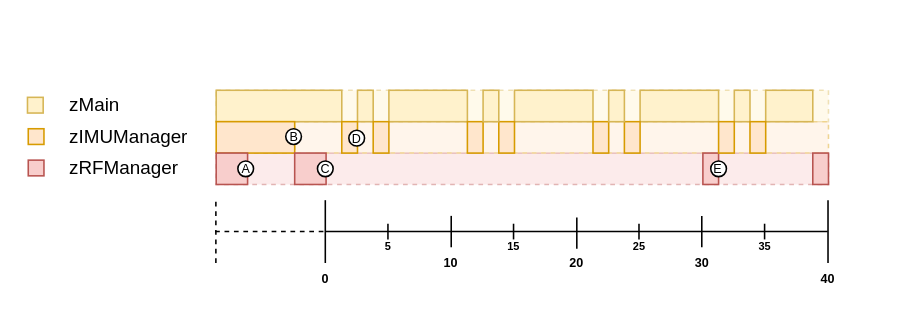
esrg-silent-howl/zephyrus keeps this draw.io diagram as 5. Verification/3. Verification/1. Software Specification/task_timeline-remote.drawio. Above is the earlier version. Source tidied: cells renumbered, new cells numbered last; positions are measured from the earlier drawing's top-left corner, leaving out a move shared by most shapes. Both pictures are drawn from the tidied source at 157%, with x=0, y=0 at pixel (27, 89).
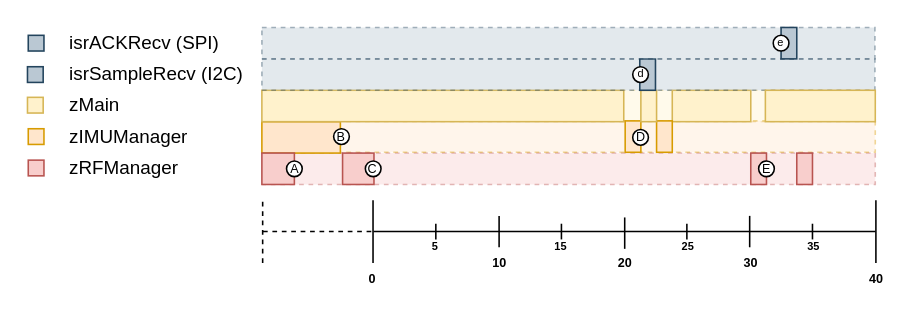
Above is the later version.

Commit message (it also covers changes not shown here):
UPDT: Remote task timeline to include only 1 sampling instance and interrupts

Diff of the diagram source:
```diff
@@
     <mxCell id="2" style="rounded=0;whiteSpace=wrap;html=1;strokeColor=#d6b656;fillColor=#fff2cc;dashed=1;opacity=40;" parent="1" vertex="1">
-      <mxGeometry x="120.2" width="390" height="20" as="geometry" />
+      <mxGeometry x="150" width="390" height="20" as="geometry" />
     </mxCell>
     <mxCell id="3" style="rounded=0;whiteSpace=wrap;html=1;strokeColor=#b85450;fillColor=#f8cecc;dashed=1;opacity=40;" parent="1" vertex="1">
-      <mxGeometry x="120.2" y="40" width="390" height="20" as="geometry" />
+      <mxGeometry x="150" y="40" width="390" height="20" as="geometry" />
     </mxCell>
     <mxCell id="4" style="endArrow=none;html=1;" parent="1" edge="1">
       <mxGeometry relative="1" as="geometry">
-        <mxPoint x="189.9" y="90" as="sourcePoint" />
-        <mxPoint x="509.7" y="90" as="targetPoint" />
+        <mxPoint x="220.4" y="90" as="sourcePoint" />
+        <mxPoint x="540.2" y="90" as="targetPoint" />
       </mxGeometry>
     </mxCell>
     <mxCell id="5" style="endArrow=none;html=1;" parent="1" edge="1">
       <mxGeometry relative="1" as="geometry">
-        <mxPoint x="269.9" y="100" as="sourcePoint" />
-        <mxPoint x="269.9" y="80" as="targetPoint" />
+        <mxPoint x="300.4" y="100" as="sourcePoint" />
+        <mxPoint x="300.4" y="80" as="targetPoint" />
       </mxGeometry>
     </mxCell>
     <mxCell id="6" style="endArrow=none;html=1;" parent="1" edge="1">
       <mxGeometry relative="1" as="geometry">
-        <mxPoint x="349.9" y="101" as="sourcePoint" />
-        <mxPoint x="349.9" y="81" as="targetPoint" />
+        <mxPoint x="380.4" y="101" as="sourcePoint" />
+        <mxPoint x="380.4" y="81" as="targetPoint" />
       </mxGeometry>
     </mxCell>
     <mxCell id="7" style="endArrow=none;html=1;" parent="1" edge="1">
       <mxGeometry relative="1" as="geometry">
-        <mxPoint x="429.5" y="100" as="sourcePoint" />
-        <mxPoint x="429.5" y="80" as="targetPoint" />
+        <mxPoint x="460" y="100" as="sourcePoint" />
+        <mxPoint x="460" y="80" as="targetPoint" />
       </mxGeometry>
     </mxCell>
     <mxCell id="8" style="endArrow=none;html=1;" parent="1" edge="1">
       <mxGeometry relative="1" as="geometry">
-        <mxPoint x="509.9" y="110" as="sourcePoint" />
-        <mxPoint x="509.9" y="70" as="targetPoint" />
+        <mxPoint x="540.4" y="110" as="sourcePoint" />
+        <mxPoint x="540.4" y="70" as="targetPoint" />
       </mxGeometry>
     </mxCell>
     <mxCell id="9" style="endArrow=none;html=1;" parent="1" edge="1">
       <mxGeometry relative="1" as="geometry">
-        <mxPoint x="189.7" y="110" as="sourcePoint" />
-        <mxPoint x="189.7" y="70" as="targetPoint" />
+        <mxPoint x="220.1" y="110" as="sourcePoint" />
+        <mxPoint x="220.1" y="70" as="targetPoint" />
       </mxGeometry>
     </mxCell>
@@
     <mxCell id="16" style="endArrow=none;html=1;dashed=1;" parent="1" edge="1">
       <mxGeometry relative="1" as="geometry">
-        <mxPoint x="119.5" y="90" as="sourcePoint" />
-        <mxPoint x="189.5" y="90" as="targetPoint" />
+        <mxPoint x="150" y="90" as="sourcePoint" />
+        <mxPoint x="220" y="90" as="targetPoint" />
       </mxGeometry>
     </mxCell>
     <mxCell id="17" style="endArrow=none;html=1;dashed=1;" parent="1" edge="1">
       <mxGeometry relative="1" as="geometry">
-        <mxPoint x="120" y="110" as="sourcePoint" />
-        <mxPoint x="120" y="70" as="targetPoint" />
+        <mxPoint x="149.8" y="110" as="sourcePoint" />
+        <mxPoint x="149.8" y="70" as="targetPoint" />
       </mxGeometry>
     </mxCell>
     <mxCell id="18" value="10" style="text;html=1;strokeColor=none;fillColor=none;align=center;verticalAlign=middle;whiteSpace=wrap;rounded=0;fontSize=8;fontStyle=1;" parent="1" vertex="1">
-      <mxGeometry x="260.1" y="100" width="19.6" height="20" as="geometry" />
+      <mxGeometry x="290.6" y="100" width="19.6" height="20" as="geometry" />
     </mxCell>
     <mxCell id="19" value="20" style="text;html=1;strokeColor=none;fillColor=none;align=center;verticalAlign=middle;whiteSpace=wrap;rounded=0;fontSize=8;fontStyle=1;" parent="1" vertex="1">
-      <mxGeometry x="340.1" y="100" width="19.6" height="20" as="geometry" />
+      <mxGeometry x="370.6" y="100" width="19.6" height="20" as="geometry" />
     </mxCell>
     <mxCell id="20" value="0" style="text;html=1;strokeColor=none;fillColor=none;align=center;verticalAlign=middle;whiteSpace=wrap;rounded=0;fontSize=8;fontStyle=1;" parent="1" vertex="1">
-      <mxGeometry x="179.9" y="110" width="19.8" height="20" as="geometry" />
+      <mxGeometry x="210.4" y="110" width="19.8" height="20" as="geometry" />
     </mxCell>
     <mxCell id="21" value="30" style="text;html=1;strokeColor=none;fillColor=none;align=center;verticalAlign=middle;whiteSpace=wrap;rounded=0;fontSize=8;fontStyle=1;" parent="1" vertex="1">
-      <mxGeometry x="420.1" y="100" width="19.6" height="20" as="geometry" />
+      <mxGeometry x="450.6" y="100" width="19.6" height="20" as="geometry" />
     </mxCell>
     <mxCell id="22" value="40" style="text;html=1;strokeColor=none;fillColor=none;align=center;verticalAlign=middle;whiteSpace=wrap;rounded=0;fontSize=8;fontStyle=1;" parent="1" vertex="1">
-      <mxGeometry x="500.1" y="110" width="19.6" height="20" as="geometry" />
+      <mxGeometry x="530.6" y="110" width="19.6" height="20" as="geometry" />
     </mxCell>
     <mxCell id="23" style="endArrow=none;html=1;" parent="1" edge="1">
       <mxGeometry relative="1" as="geometry">
-        <mxPoint x="229.6" y="95" as="sourcePoint" />
-        <mxPoint x="229.6" y="85" as="targetPoint" />
+        <mxPoint x="260.1" y="95" as="sourcePoint" />
+        <mxPoint x="260.1" y="85" as="targetPoint" />
       </mxGeometry>
     </mxCell>
     <mxCell id="24" style="endArrow=none;html=1;" parent="1" edge="1">
       <mxGeometry relative="1" as="geometry">
-        <mxPoint x="309.6" y="95" as="sourcePoint" />
-        <mxPoint x="309.6" y="85" as="targetPoint" />
+        <mxPoint x="340.1" y="95" as="sourcePoint" />
+        <mxPoint x="340.1" y="85" as="targetPoint" />
       </mxGeometry>
     </mxCell>
     <mxCell id="25" style="endArrow=none;html=1;" parent="1" edge="1">
       <mxGeometry relative="1" as="geometry">
-        <mxPoint x="389.5" y="95" as="sourcePoint" />
-        <mxPoint x="389.5" y="85" as="targetPoint" />
+        <mxPoint x="420" y="95" as="sourcePoint" />
+        <mxPoint x="420" y="85" as="targetPoint" />
       </mxGeometry>
     </mxCell>
     <mxCell id="26" style="endArrow=none;html=1;" parent="1" edge="1">
       <mxGeometry relative="1" as="geometry">
-        <mxPoint x="469.5" y="95" as="sourcePoint" />
-        <mxPoint x="469.5" y="85" as="targetPoint" />
+        <mxPoint x="500" y="95" as="sourcePoint" />
+        <mxPoint x="500" y="85" as="targetPoint" />
       </mxGeometry>
     </mxCell>
     <mxCell id="27" value="5" style="text;html=1;strokeColor=none;fillColor=none;align=center;verticalAlign=middle;whiteSpace=wrap;rounded=0;fontSize=7;fontStyle=1;" parent="1" vertex="1">
-      <mxGeometry x="219.7" y="90" width="19.6" height="20" as="geometry" />
+      <mxGeometry x="250.2" y="90" width="19.6" height="20" as="geometry" />
     </mxCell>
     <mxCell id="28" value="15" style="text;html=1;strokeColor=none;fillColor=none;align=center;verticalAlign=middle;whiteSpace=wrap;rounded=0;fontSize=7;fontStyle=1;" parent="1" vertex="1">
-      <mxGeometry x="299.9" y="90" width="19.6" height="20" as="geometry" />
+      <mxGeometry x="330.4" y="90" width="19.6" height="20" as="geometry" />
     </mxCell>
     <mxCell id="29" value="25" style="text;html=1;strokeColor=none;fillColor=none;align=center;verticalAlign=middle;whiteSpace=wrap;rounded=0;fontSize=7;fontStyle=1;" parent="1" vertex="1">
-      <mxGeometry x="380.1" y="90" width="19.6" height="20" as="geometry" />
+      <mxGeometry x="410.6" y="90" width="19.6" height="20" as="geometry" />
     </mxCell>
     <mxCell id="30" value="35" style="text;html=1;strokeColor=none;fillColor=none;align=center;verticalAlign=middle;whiteSpace=wrap;rounded=0;fontSize=7;fontStyle=1;" parent="1" vertex="1">
-      <mxGeometry x="460.1" y="90" width="19.6" height="20" as="geometry" />
+      <mxGeometry x="490.6" y="90" width="19.6" height="20" as="geometry" />
     </mxCell>
     <mxCell id="31" style="rounded=0;whiteSpace=wrap;html=1;strokeColor=#d79b00;fillColor=#ffe6cc;dashed=1;opacity=40;" parent="1" vertex="1">
-      <mxGeometry x="170.2" y="20" width="340" height="20" as="geometry" />
+      <mxGeometry x="150" y="19.5" width="390" height="20" as="geometry" />
     </mxCell>
-    <mxCell id="32" style="rounded=0;whiteSpace=wrap;html=1;fillColor=#fff2cc;strokeColor=#d6b656;" parent="1" vertex="1">
-      <mxGeometry x="230.2" width="50" height="20" as="geometry" />
-    </mxCell>
     <mxCell id="33" style="rounded=0;whiteSpace=wrap;html=1;strokeColor=#b85450;fillColor=#f8cecc;" parent="1" vertex="1">
-      <mxGeometry x="500.2" y="40" width="10" height="20" as="geometry" />
+      <mxGeometry x="490" y="40" width="10" height="20" as="geometry" />
     </mxCell>
-    <mxCell id="34" style="rounded=0;whiteSpace=wrap;html=1;fillColor=#fff2cc;strokeColor=#d6b656;" parent="1" vertex="1">
-      <mxGeometry x="470.2" width="30" height="20" as="geometry" />
-    </mxCell>
     <mxCell id="35" style="rounded=0;whiteSpace=wrap;html=1;fillColor=#f8cecc;strokeColor=#b85450;" parent="1" vertex="1">
-      <mxGeometry x="430.2" y="40" width="10" height="20" as="geometry" />
+      <mxGeometry x="460.7" y="40" width="10" height="20" as="geometry" />
     </mxCell>
     <mxCell id="36" value="E" style="ellipse;whiteSpace=wrap;html=1;fontSize=8;spacingRight=0;" parent="1" vertex="1">
-      <mxGeometry x="435.2" y="45" width="10" height="10" as="geometry" />
+      <mxGeometry x="465.7" y="45" width="10" height="10" as="geometry" />
     </mxCell>
-    <mxCell id="37" style="rounded=0;whiteSpace=wrap;html=1;fillColor=#fff2cc;strokeColor=#d6b656;" parent="1" vertex="1">
-      <mxGeometry x="120.2" width="80" height="20" as="geometry" />
-    </mxCell>
     <mxCell id="38" style="rounded=0;whiteSpace=wrap;html=1;fillColor=#ffe6cc;strokeColor=#d79b00;" parent="1" vertex="1">
-      <mxGeometry x="120.2" y="20" width="50" height="20" as="geometry" />
+      <mxGeometry x="149.3" y="20" width="50" height="20" as="geometry" />
     </mxCell>
     <mxCell id="39" value="B" style="ellipse;whiteSpace=wrap;html=1;fontSize=8;spacingRight=0;" parent="1" vertex="1">
-      <mxGeometry x="164.5" y="24.5" width="10" height="10" as="geometry" />
+      <mxGeometry x="195" y="24.5" width="10" height="10" as="geometry" />
     </mxCell>
     <mxCell id="40" style="rounded=0;whiteSpace=wrap;html=1;fillColor=#f8cecc;strokeColor=#b85450;" parent="1" vertex="1">
-      <mxGeometry x="170.2" y="40" width="20" height="20" as="geometry" />
+      <mxGeometry x="200.7" y="40" width="20" height="20" as="geometry" />
     </mxCell>
     <mxCell id="41" style="rounded=0;whiteSpace=wrap;html=1;fillColor=#f8cecc;strokeColor=#b85450;" parent="1" vertex="1">
-      <mxGeometry x="120.2" y="40" width="20" height="20" as="geometry" />
+      <mxGeometry x="149.3" y="40" width="20.7" height="20" as="geometry" />
     </mxCell>
     <mxCell id="42" value="A" style="ellipse;whiteSpace=wrap;html=1;fontSize=8;spacingRight=-1;" parent="1" vertex="1">
-      <mxGeometry x="134" y="45" width="10" height="10" as="geometry" />
+      <mxGeometry x="165" y="45" width="10" height="10" as="geometry" />
     </mxCell>
     <mxCell id="43" value="C" style="ellipse;whiteSpace=wrap;html=1;fontSize=8;align=center;verticalAlign=middle;spacingRight=0;spacingLeft=0;" parent="1" vertex="1">
-      <mxGeometry x="184.7" y="45" width="10" height="10" as="geometry" />
+      <mxGeometry x="215.2" y="45" width="10" height="10" as="geometry" />
     </mxCell>
-    <mxCell id="44" style="rounded=0;whiteSpace=wrap;html=1;fillColor=#fff2cc;strokeColor=#d6b656;" parent="1" vertex="1">
-      <mxGeometry x="450.2" width="10" height="20" as="geometry" />
-    </mxCell>
     <mxCell id="45" style="rounded=0;whiteSpace=wrap;html=1;fillColor=#fff2cc;strokeColor=#d6b656;" parent="1" vertex="1">
-      <mxGeometry x="310.2" width="50" height="20" as="geometry" />
+      <mxGeometry x="149.3" width="230.5" height="20" as="geometry" />
     </mxCell>
     <mxCell id="46" style="rounded=0;whiteSpace=wrap;html=1;fillColor=#fff2cc;strokeColor=#d6b656;" parent="1" vertex="1">
-      <mxGeometry x="390.2" width="50" height="20" as="geometry" />
+      <mxGeometry x="410.7" width="50" height="20" as="geometry" />
     </mxCell>
-    <mxCell id="47" style="rounded=0;whiteSpace=wrap;html=1;fillColor=#ffe6cc;strokeColor=#d79b00;" parent="1" vertex="1">
-      <mxGeometry x="280.2" y="20" width="10" height="20" as="geometry" />
-    </mxCell>
     <mxCell id="48" style="rounded=0;whiteSpace=wrap;html=1;fillColor=#ffe6cc;strokeColor=#d79b00;" parent="1" vertex="1">
-      <mxGeometry x="360.2" y="20" width="10" height="20" as="geometry" />
+      <mxGeometry x="380.7" y="19.5" width="10" height="20" as="geometry" />
     </mxCell>
-    <mxCell id="49" style="rounded=0;whiteSpace=wrap;html=1;fillColor=#ffe6cc;strokeColor=#d79b00;" parent="1" vertex="1">
-      <mxGeometry x="440.2" y="20" width="10" height="20" as="geometry" />
-    </mxCell>
-    <mxCell id="50" style="rounded=0;whiteSpace=wrap;html=1;fillColor=#ffe6cc;strokeColor=#d79b00;" parent="1" vertex="1">
-      <mxGeometry x="300.2" y="20" width="10" height="20" as="geometry" />
-    </mxCell>
     <mxCell id="51" style="rounded=0;whiteSpace=wrap;html=1;fillColor=#ffe6cc;strokeColor=#d79b00;" parent="1" vertex="1">
-      <mxGeometry x="380.2" y="20" width="10" height="20" as="geometry" />
+      <mxGeometry x="400.7" y="19.5" width="10" height="20" as="geometry" />
     </mxCell>
-    <mxCell id="52" style="rounded=0;whiteSpace=wrap;html=1;fillColor=#ffe6cc;strokeColor=#d79b00;" parent="1" vertex="1">
-      <mxGeometry x="460.2" y="20" width="10" height="20" as="geometry" />
-    </mxCell>
     <mxCell id="53" style="rounded=0;whiteSpace=wrap;html=1;fillColor=#fff2cc;strokeColor=#d6b656;" parent="1" vertex="1">
-      <mxGeometry x="370.2" width="10" height="20" as="geometry" />
+      <mxGeometry x="390.7" width="10" height="20" as="geometry" />
     </mxCell>
-    <mxCell id="54" style="rounded=0;whiteSpace=wrap;html=1;fillColor=#fff2cc;strokeColor=#d6b656;" parent="1" vertex="1">
-      <mxGeometry x="290.2" width="10" height="20" as="geometry" />
-    </mxCell>
-    <mxCell id="55" style="rounded=0;whiteSpace=wrap;html=1;fillColor=#fff2cc;strokeColor=#d6b656;" parent="1" vertex="1">
-      <mxGeometry x="210.2" width="10" height="20" as="geometry" />
-    </mxCell>
-    <mxCell id="56" style="rounded=0;whiteSpace=wrap;html=1;fillColor=#ffe6cc;strokeColor=#d79b00;" parent="1" vertex="1">
-      <mxGeometry x="220.2" y="20" width="10" height="20" as="geometry" />
-    </mxCell>
-    <mxCell id="57" style="rounded=0;whiteSpace=wrap;html=1;fillColor=#ffe6cc;strokeColor=#d79b00;" parent="1" vertex="1">
-      <mxGeometry x="200.2" y="20" width="10" height="20" as="geometry" />
-    </mxCell>
     <mxCell id="58" value="D" style="ellipse;whiteSpace=wrap;html=1;fontSize=8;" parent="1" vertex="1">
-      <mxGeometry x="204.7" y="25.5" width="10" height="10" as="geometry" />
+      <mxGeometry x="385.5" y="25" width="10" height="10" as="geometry" />
     </mxCell>
+    <mxCell id="59" style="rounded=0;whiteSpace=wrap;html=1;fillColor=#bac8d3;strokeColor=#23445d;dashed=1;opacity=40;" parent="1" vertex="1">
+      <mxGeometry x="149.3" y="-20" width="390.5" height="20" as="geometry" />
+    </mxCell>
+    <mxCell id="60" style="text;html=1;align=center;verticalAlign=middle;whiteSpace=wrap;rounded=0;fontSize=11;fillColor=#bac8d3;strokeColor=#23445d;" parent="1" vertex="1">
+      <mxGeometry y="-15" width="10" height="10" as="geometry" />
+    </mxCell>
+    <mxCell id="61" value="isrSampleRecv (I2C)" style="text;html=1;strokeColor=none;fillColor=none;align=left;verticalAlign=middle;whiteSpace=wrap;rounded=0;" parent="1" vertex="1">
+      <mxGeometry x="25" y="-20" width="125" height="20" as="geometry" />
+    </mxCell>
+    <mxCell id="62" style="rounded=0;whiteSpace=wrap;html=1;fillColor=#bac8d3;strokeColor=#23445d;" parent="1" vertex="1">
+      <mxGeometry x="390" y="-20" width="10" height="20" as="geometry" />
+    </mxCell>
+    <mxCell id="63" value="d" style="ellipse;whiteSpace=wrap;html=1;fontSize=7;spacingRight=0;" parent="1" vertex="1">
+      <mxGeometry x="385.5" y="-15" width="10" height="10" as="geometry" />
+    </mxCell>
+    <mxCell id="64" style="rounded=0;whiteSpace=wrap;html=1;fillColor=#bac8d3;strokeColor=#23445d;dashed=1;opacity=40;" parent="1" vertex="1">
+      <mxGeometry x="149.3" y="-40" width="390.5" height="20" as="geometry" />
+    </mxCell>
+    <mxCell id="65" style="rounded=0;whiteSpace=wrap;html=1;fillColor=#bac8d3;strokeColor=#23445d;" parent="1" vertex="1">
+      <mxGeometry x="480" y="-40" width="10" height="20" as="geometry" />
+    </mxCell>
+    <mxCell id="66" value="e" style="ellipse;whiteSpace=wrap;html=1;fontSize=7;spacingRight=0;" parent="1" vertex="1">
+      <mxGeometry x="475" y="-35" width="10" height="10" as="geometry" />
+    </mxCell>
+    <mxCell id="67" value="isrACKRecv (SPI)" style="text;html=1;strokeColor=none;fillColor=none;align=left;verticalAlign=middle;whiteSpace=wrap;rounded=0;" parent="1" vertex="1">
+      <mxGeometry x="25" y="-40" width="125" height="20" as="geometry" />
+    </mxCell>
+    <mxCell id="68" style="text;html=1;align=center;verticalAlign=middle;whiteSpace=wrap;rounded=0;fontSize=11;fillColor=#bac8d3;strokeColor=#23445d;" parent="1" vertex="1">
+      <mxGeometry x="0.5" y="-35" width="10" height="10" as="geometry" />
+    </mxCell>
+    <mxCell id="69" style="rounded=0;whiteSpace=wrap;html=1;fillColor=#fff2cc;strokeColor=#d6b656;" parent="1" vertex="1">
+      <mxGeometry x="470" width="70" height="20" as="geometry" />
+    </mxCell>
```
